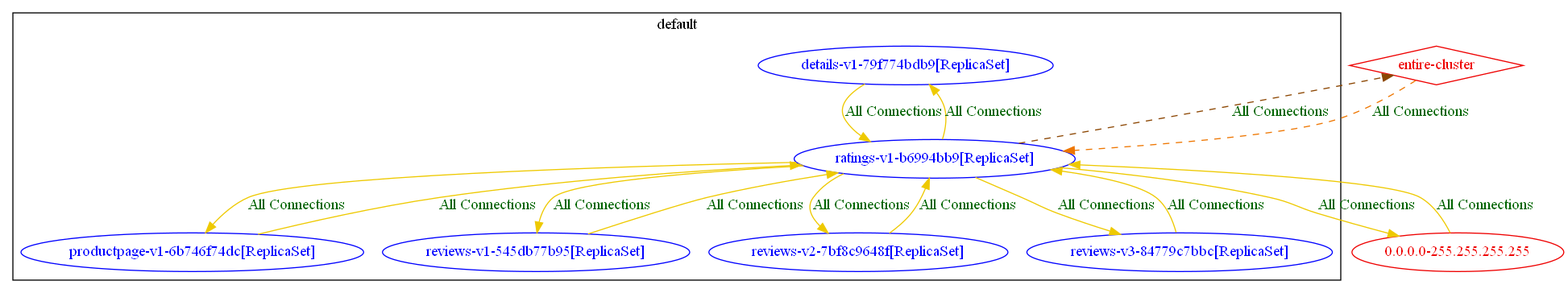
This is test_outputs/connlist/exposure_k8s_ingress_test_focus_workload_ratings-v1-b6994bb9_connlist_output.dot.png from np-guard/netpol-analyzer, a Graphviz export, as it was before one commit. Its source is kept beside it as test_outputs/connlist/exposure_k8s_ingress_test_focus_workload_ratings-v1-b6994bb9_connlist_output.dot.
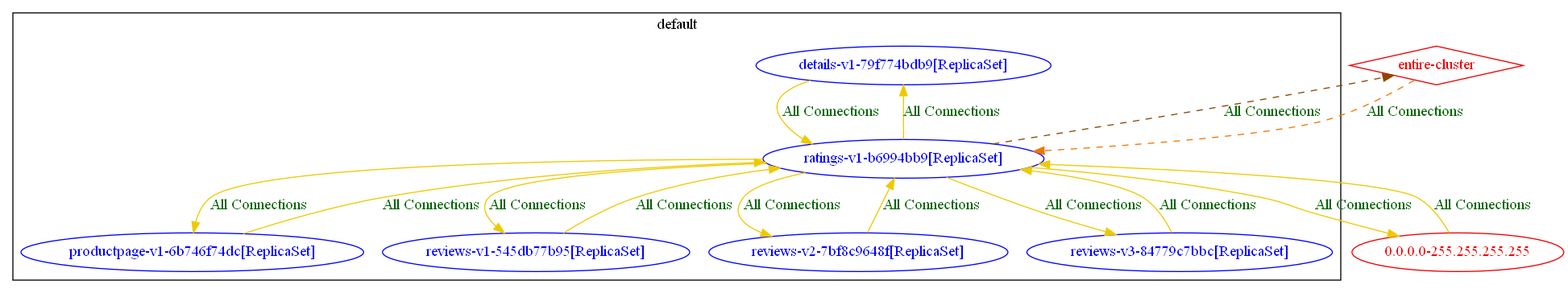
After the change.

Diff of the diagram source:
```diff
@@ -12,18 +12,18 @@
 	}
 	"0.0.0.0-255.255.255.255" [label="0.0.0.0-255.255.255.255" color="red2" fontcolor="red2"]
 	"entire-cluster" [label="entire-cluster" color="red2" fontcolor="red2" shape=diamond]
-	"0.0.0.0-255.255.255.255" -> "default/ratings-v1-b6994bb9[ReplicaSet]" [label="All Connections" color="gold2" fontcolor="darkgreen"]
-	"default/details-v1-79f774bdb9[ReplicaSet]" -> "default/ratings-v1-b6994bb9[ReplicaSet]" [label="All Connections" color="gold2" fontcolor="darkgreen"]
-	"default/productpage-v1-6b746f74dc[ReplicaSet]" -> "default/ratings-v1-b6994bb9[ReplicaSet]" [label="All Connections" color="gold2" fontcolor="darkgreen"]
-	"default/ratings-v1-b6994bb9[ReplicaSet]" -> "0.0.0.0-255.255.255.255" [label="All Connections" color="gold2" fontcolor="darkgreen"]
-	"default/ratings-v1-b6994bb9[ReplicaSet]" -> "default/details-v1-79f774bdb9[ReplicaSet]" [label="All Connections" color="gold2" fontcolor="darkgreen"]
-	"default/ratings-v1-b6994bb9[ReplicaSet]" -> "default/productpage-v1-6b746f74dc[ReplicaSet]" [label="All Connections" color="gold2" fontcolor="darkgreen"]
-	"default/ratings-v1-b6994bb9[ReplicaSet]" -> "default/reviews-v1-545db77b95[ReplicaSet]" [label="All Connections" color="gold2" fontcolor="darkgreen"]
-	"default/ratings-v1-b6994bb9[ReplicaSet]" -> "default/reviews-v2-7bf8c9648f[ReplicaSet]" [label="All Connections" color="gold2" fontcolor="darkgreen"]
-	"default/ratings-v1-b6994bb9[ReplicaSet]" -> "default/reviews-v3-84779c7bbc[ReplicaSet]" [label="All Connections" color="gold2" fontcolor="darkgreen"]
+	"0.0.0.0-255.255.255.255" -> "default/ratings-v1-b6994bb9[ReplicaSet]" [label="All Connections" color="gold2" fontcolor="darkgreen" weight=0.5]
+	"default/details-v1-79f774bdb9[ReplicaSet]" -> "default/ratings-v1-b6994bb9[ReplicaSet]" [label="All Connections" color="gold2" fontcolor="darkgreen" weight=0.5]
+	"default/productpage-v1-6b746f74dc[ReplicaSet]" -> "default/ratings-v1-b6994bb9[ReplicaSet]" [label="All Connections" color="gold2" fontcolor="darkgreen" weight=0.5]
+	"default/ratings-v1-b6994bb9[ReplicaSet]" -> "0.0.0.0-255.255.255.255" [label="All Connections" color="gold2" fontcolor="darkgreen" weight=1]
+	"default/ratings-v1-b6994bb9[ReplicaSet]" -> "default/details-v1-79f774bdb9[ReplicaSet]" [label="All Connections" color="gold2" fontcolor="darkgreen" weight=1]
+	"default/ratings-v1-b6994bb9[ReplicaSet]" -> "default/productpage-v1-6b746f74dc[ReplicaSet]" [label="All Connections" color="gold2" fontcolor="darkgreen" weight=1]
+	"default/ratings-v1-b6994bb9[ReplicaSet]" -> "default/reviews-v1-545db77b95[ReplicaSet]" [label="All Connections" color="gold2" fontcolor="darkgreen" weight=0.5]
+	"default/ratings-v1-b6994bb9[ReplicaSet]" -> "default/reviews-v2-7bf8c9648f[ReplicaSet]" [label="All Connections" color="gold2" fontcolor="darkgreen" weight=0.5]
+	"default/ratings-v1-b6994bb9[ReplicaSet]" -> "default/reviews-v3-84779c7bbc[ReplicaSet]" [label="All Connections" color="gold2" fontcolor="darkgreen" weight=0.5]
 	"default/ratings-v1-b6994bb9[ReplicaSet]" -> "entire-cluster" [label="All Connections" color="darkorange4" fontcolor="darkgreen" weight=0.5 style=dashed]
-	"default/reviews-v1-545db77b95[ReplicaSet]" -> "default/ratings-v1-b6994bb9[ReplicaSet]" [label="All Connections" color="gold2" fontcolor="darkgreen"]
-	"default/reviews-v2-7bf8c9648f[ReplicaSet]" -> "default/ratings-v1-b6994bb9[ReplicaSet]" [label="All Connections" color="gold2" fontcolor="darkgreen"]
-	"default/reviews-v3-84779c7bbc[ReplicaSet]" -> "default/ratings-v1-b6994bb9[ReplicaSet]" [label="All Connections" color="gold2" fontcolor="darkgreen"]
+	"default/reviews-v1-545db77b95[ReplicaSet]" -> "default/ratings-v1-b6994bb9[ReplicaSet]" [label="All Connections" color="gold2" fontcolor="darkgreen" weight=1]
+	"default/reviews-v2-7bf8c9648f[ReplicaSet]" -> "default/ratings-v1-b6994bb9[ReplicaSet]" [label="All Connections" color="gold2" fontcolor="darkgreen" weight=1]
+	"default/reviews-v3-84779c7bbc[ReplicaSet]" -> "default/ratings-v1-b6994bb9[ReplicaSet]" [label="All Connections" color="gold2" fontcolor="darkgreen" weight=1]
 	"entire-cluster" -> "default/ratings-v1-b6994bb9[ReplicaSet]" [label="All Connections" color="darkorange2" fontcolor="darkgreen" weight=1 style=dashed]
 }
```
